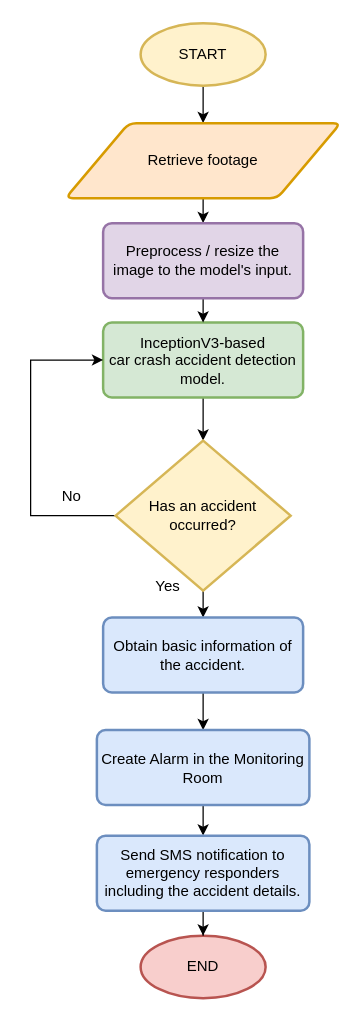
This is page "des opt 2" (2 of 3) of DrawIO/System-Flowchart_DO1.drawio from russellcaragay/PD-Files, a draw.io file, before an edit. Source tidied: cells renumbered, new cells numbered last; positions are measured from the earlier drawing's top-left corner, leaving out a move shared by most shapes. Both pictures are drawn from the tidied source at 125%, with x=0, y=0 at pixel (30, 22).
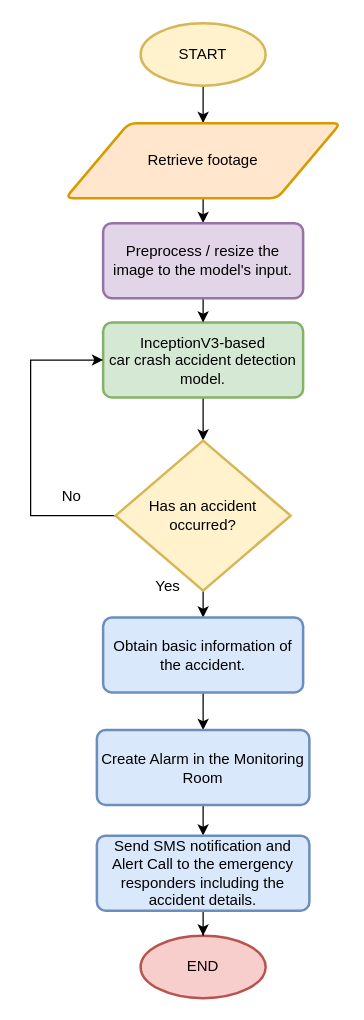
After the change.

The edit, as a diff of the source:
```diff
@@
-    <mxCell id="21" value="Send SMS notification to emergency responders including the accident details." style="rounded=1;whiteSpace=wrap;html=1;absoluteArcSize=1;arcSize=14;strokeWidth=2;fontSize=12;fillColor=#dae8fc;strokeColor=#6c8ebf;" parent="1" vertex="1">
+    <mxCell id="21" value="Send SMS notification and Alert Call to the emergency responders including the accident details." style="rounded=1;whiteSpace=wrap;html=1;absoluteArcSize=1;arcSize=14;strokeWidth=2;fontSize=12;fillColor=#dae8fc;strokeColor=#6c8ebf;" parent="1" vertex="1">
       <mxGeometry x="53" y="650" width="170" height="60" as="geometry" />
     </mxCell>
```
